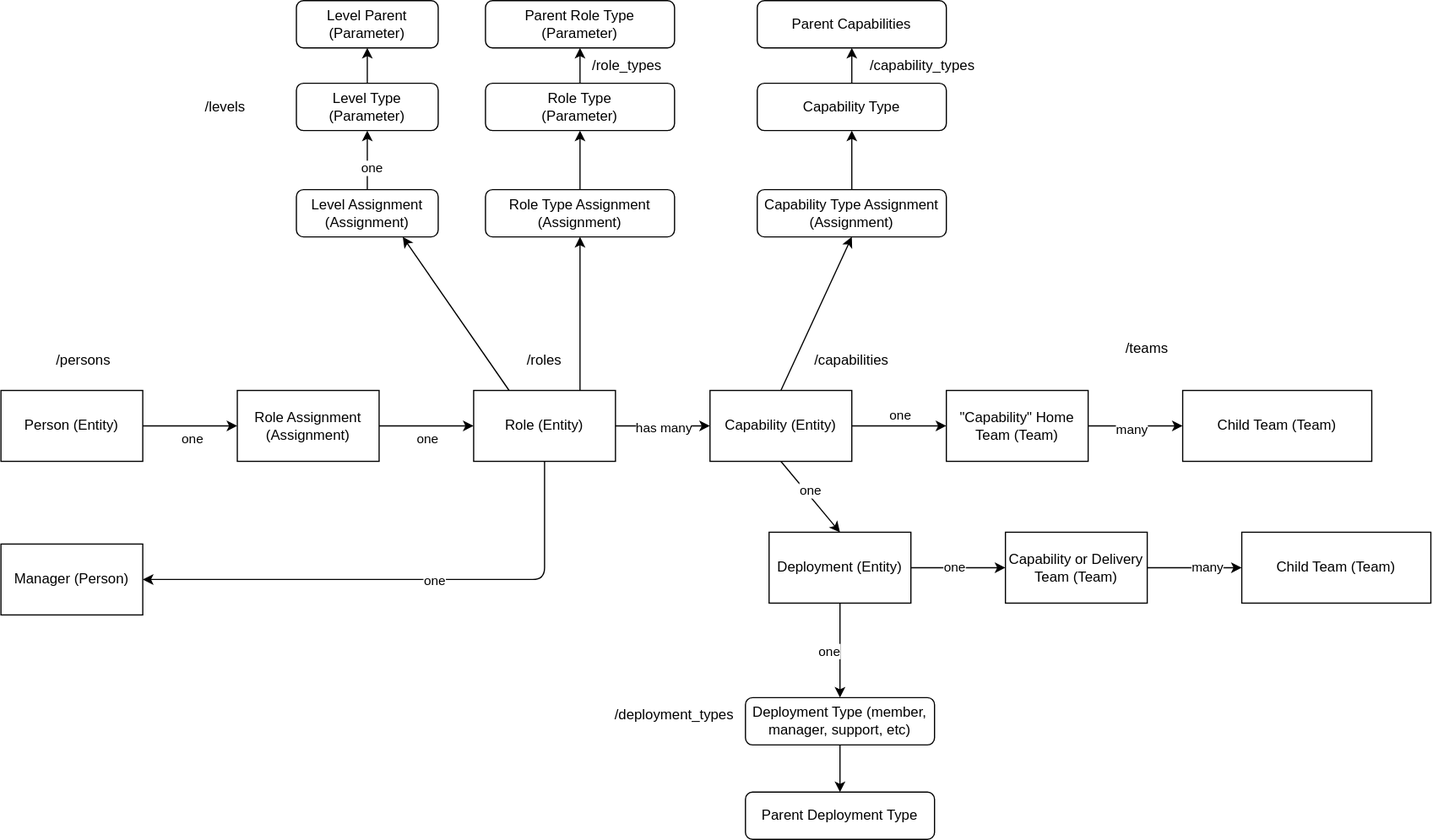
Earlier version of the draw.io export docs/data-v4.drawio.svg (jdotw/swamp). Source tidied: cells renumbered, new cells last; positions are measured from the earlier drawing's top-left corner, leaving out a move shared by most shapes. The source it was exported from:
```xml
<mxGraphModel>
  <root>
    <mxCell id="0" />
    <mxCell id="1" parent="0" />
    <mxCell id="2" style="edgeStyle=none;html=1;exitX=0.5;exitY=1;exitDx=0;exitDy=0;entryX=1;entryY=0.5;entryDx=0;entryDy=0;" parent="1" edge="1" source="18" target="7">
      <mxGeometry relative="1" as="geometry">
        <Array as="points">
          <mxPoint x="460" y="490" />
        </Array>
      </mxGeometry>
    </mxCell>
    <mxCell id="3" value="one" style="edgeLabel;html=1;align=center;verticalAlign=middle;" parent="2" vertex="1">
      <mxGeometry x="-0.12" relative="1" as="geometry" />
    </mxCell>
    <mxCell id="4" style="edgeStyle=none;html=1;exitX=1;exitY=0.5;exitDx=0;exitDy=0;entryX=0;entryY=0.5;entryDx=0;entryDy=0;" parent="1" edge="1" source="6" target="32">
      <mxGeometry relative="1" as="geometry" />
    </mxCell>
    <mxCell id="5" value="one" style="edgeLabel;html=1;align=center;verticalAlign=middle;" parent="4" vertex="1">
      <mxGeometry x="0.03" y="3" relative="1" as="geometry">
        <mxPoint y="13" as="offset" />
      </mxGeometry>
    </mxCell>
    <mxCell id="6" value="Person (Entity)" style="rounded=0;whiteSpace=wrap;html=1;" parent="1" vertex="1">
      <mxGeometry y="330" width="120" height="60" as="geometry" />
    </mxCell>
    <mxCell id="7" value="Manager (Person)" style="rounded=0;whiteSpace=wrap;html=1;" parent="1" vertex="1">
      <mxGeometry y="460" width="120" height="60" as="geometry" />
    </mxCell>
    <mxCell id="8" style="edgeStyle=none;html=1;exitX=1;exitY=0.5;exitDx=0;exitDy=0;entryX=0;entryY=0.5;entryDx=0;entryDy=0;" parent="1" edge="1" source="10" target="48">
      <mxGeometry relative="1" as="geometry" />
    </mxCell>
    <mxCell id="9" value="many" style="edgeLabel;html=1;align=center;verticalAlign=middle;" parent="8" vertex="1">
      <mxGeometry x="-0.1" y="-2" relative="1" as="geometry" />
    </mxCell>
    <mxCell id="10" value="&quot;Capability&quot; Home Team (Team)" style="rounded=0;whiteSpace=wrap;html=1;" parent="1" vertex="1">
      <mxGeometry x="800" y="330" width="120" height="60" as="geometry" />
    </mxCell>
    <mxCell id="11" style="edgeStyle=none;html=1;exitX=1;exitY=0.5;exitDx=0;exitDy=0;" parent="1" edge="1" source="13" target="49">
      <mxGeometry relative="1" as="geometry" />
    </mxCell>
    <mxCell id="12" value="many" style="edgeLabel;html=1;align=center;verticalAlign=middle;" parent="11" vertex="1">
      <mxGeometry x="0.25" y="1" relative="1" as="geometry" />
    </mxCell>
    <mxCell id="13" value="Capability or Delivery Team (Team)" style="rounded=0;whiteSpace=wrap;html=1;" parent="1" vertex="1">
      <mxGeometry x="850" y="450" width="120" height="60" as="geometry" />
    </mxCell>
    <mxCell id="14" style="edgeStyle=none;html=1;exitX=1;exitY=0.5;exitDx=0;exitDy=0;entryX=0;entryY=0.5;entryDx=0;entryDy=0;" parent="1" edge="1" source="18" target="24">
      <mxGeometry relative="1" as="geometry" />
    </mxCell>
    <mxCell id="15" value="has many" style="edgeLabel;html=1;align=center;verticalAlign=middle;" parent="14" vertex="1">
      <mxGeometry x="-0.2" y="-1" relative="1" as="geometry">
        <mxPoint x="8" as="offset" />
      </mxGeometry>
    </mxCell>
    <mxCell id="16" style="edgeStyle=none;html=1;exitX=0.25;exitY=0;exitDx=0;exitDy=0;entryX=0.75;entryY=1;entryDx=0;entryDy=0;" parent="1" edge="1" source="18" target="37">
      <mxGeometry relative="1" as="geometry" />
    </mxCell>
    <mxCell id="17" style="edgeStyle=none;html=1;exitX=0.75;exitY=0;exitDx=0;exitDy=0;entryX=0.5;entryY=1;entryDx=0;entryDy=0;" parent="1" edge="1" source="18" target="42">
      <mxGeometry relative="1" as="geometry" />
    </mxCell>
    <mxCell id="18" value="Role (Entity)" style="rounded=0;whiteSpace=wrap;html=1;" parent="1" vertex="1">
      <mxGeometry x="400" y="330" width="120" height="60" as="geometry" />
    </mxCell>
    <mxCell id="19" style="edgeStyle=none;html=1;exitX=1;exitY=0.5;exitDx=0;exitDy=0;entryX=0;entryY=0.5;entryDx=0;entryDy=0;" parent="1" edge="1" source="24" target="10">
      <mxGeometry relative="1" as="geometry" />
    </mxCell>
    <mxCell id="20" value="one" style="edgeLabel;html=1;align=center;verticalAlign=middle;" parent="19" vertex="1">
      <mxGeometry x="0.38" y="-2" relative="1" as="geometry">
        <mxPoint x="-15" y="-12" as="offset" />
      </mxGeometry>
    </mxCell>
    <mxCell id="21" style="edgeStyle=none;html=1;exitX=0.5;exitY=0;exitDx=0;exitDy=0;entryX=0.5;entryY=1;entryDx=0;entryDy=0;" parent="1" edge="1" source="24" target="44">
      <mxGeometry relative="1" as="geometry" />
    </mxCell>
    <mxCell id="22" style="edgeStyle=none;html=1;exitX=0.5;exitY=1;exitDx=0;exitDy=0;entryX=0.5;entryY=0;entryDx=0;entryDy=0;" parent="1" edge="1" source="24" target="29">
      <mxGeometry relative="1" as="geometry" />
    </mxCell>
    <mxCell id="23" value="one" style="edgeLabel;html=1;align=center;verticalAlign=middle;" parent="22" vertex="1">
      <mxGeometry x="-0.15" y="3" relative="1" as="geometry" />
    </mxCell>
    <mxCell id="24" value="Capability (Entity)" style="rounded=0;whiteSpace=wrap;html=1;" parent="1" vertex="1">
      <mxGeometry x="600" y="330" width="120" height="60" as="geometry" />
    </mxCell>
    <mxCell id="25" style="edgeStyle=none;html=1;exitX=1;exitY=0.5;exitDx=0;exitDy=0;entryX=0;entryY=0.5;entryDx=0;entryDy=0;" parent="1" edge="1" source="29" target="13">
      <mxGeometry relative="1" as="geometry" />
    </mxCell>
    <mxCell id="26" value="one" style="edgeLabel;html=1;align=center;verticalAlign=middle;" parent="25" vertex="1">
      <mxGeometry x="-0.1" y="2" relative="1" as="geometry">
        <mxPoint y="1" as="offset" />
      </mxGeometry>
    </mxCell>
    <mxCell id="27" style="edgeStyle=none;html=1;exitX=0.5;exitY=1;exitDx=0;exitDy=0;" parent="1" edge="1" source="29">
      <mxGeometry relative="1" as="geometry">
        <mxPoint x="710" y="590" as="targetPoint" />
      </mxGeometry>
    </mxCell>
    <mxCell id="28" value="one" style="edgeLabel;html=1;align=center;verticalAlign=middle;" parent="27" vertex="1">
      <mxGeometry x="-0.14" y="3" relative="1" as="geometry">
        <mxPoint x="-13" y="5" as="offset" />
      </mxGeometry>
    </mxCell>
    <mxCell id="29" value="Deployment (Entity)" style="rounded=0;whiteSpace=wrap;html=1;" parent="1" vertex="1">
      <mxGeometry x="650" y="450" width="120" height="60" as="geometry" />
    </mxCell>
    <mxCell id="30" style="edgeStyle=none;html=1;exitX=1;exitY=0.5;exitDx=0;exitDy=0;entryX=0;entryY=0.5;entryDx=0;entryDy=0;" parent="1" edge="1" source="32" target="18">
      <mxGeometry relative="1" as="geometry" />
    </mxCell>
    <mxCell id="31" value="one" style="edgeLabel;html=1;align=center;verticalAlign=middle;" parent="30" vertex="1">
      <mxGeometry x="0.28" y="-3" relative="1" as="geometry">
        <mxPoint x="-11" y="7" as="offset" />
      </mxGeometry>
    </mxCell>
    <mxCell id="32" value="Role Assignment&lt;br&gt;(Assignment)" style="rounded=0;whiteSpace=wrap;html=1;" parent="1" vertex="1">
      <mxGeometry x="200" y="330" width="120" height="60" as="geometry" />
    </mxCell>
    <mxCell id="33" style="edgeStyle=none;html=1;exitX=0.5;exitY=0;exitDx=0;exitDy=0;entryX=0.5;entryY=1;entryDx=0;entryDy=0;" parent="1" edge="1" source="34" target="40">
      <mxGeometry relative="1" as="geometry" />
    </mxCell>
    <mxCell id="34" value="Role Type&lt;br&gt;(Parameter)" style="rounded=1;whiteSpace=wrap;html=1;" parent="1" vertex="1">
      <mxGeometry x="410" y="70" width="160" height="40" as="geometry" />
    </mxCell>
    <mxCell id="35" style="edgeStyle=none;html=1;exitX=0.5;exitY=0;exitDx=0;exitDy=0;entryX=0.5;entryY=1;entryDx=0;entryDy=0;" parent="1" edge="1" source="37" target="39">
      <mxGeometry relative="1" as="geometry" />
    </mxCell>
    <mxCell id="36" value="one" style="edgeLabel;html=1;align=center;verticalAlign=middle;" parent="35" vertex="1">
      <mxGeometry x="-0.24" y="-3" relative="1" as="geometry" />
    </mxCell>
    <mxCell id="37" value="Level Assignment (Assignment)" style="rounded=1;whiteSpace=wrap;html=1;" parent="1" vertex="1">
      <mxGeometry x="250" y="160" width="120" height="40" as="geometry" />
    </mxCell>
    <mxCell id="38" style="edgeStyle=none;html=1;exitX=0.5;exitY=0;exitDx=0;exitDy=0;entryX=0.5;entryY=1;entryDx=0;entryDy=0;" parent="1" edge="1" source="39" target="53">
      <mxGeometry relative="1" as="geometry" />
    </mxCell>
    <mxCell id="39" value="Level Type (Parameter)" style="rounded=1;whiteSpace=wrap;html=1;" parent="1" vertex="1">
      <mxGeometry x="250" y="70" width="120" height="40" as="geometry" />
    </mxCell>
    <mxCell id="40" value="Parent Role Type &lt;br&gt;(Parameter)" style="rounded=1;whiteSpace=wrap;html=1;" parent="1" vertex="1">
      <mxGeometry x="410" width="160" height="40" as="geometry" />
    </mxCell>
    <mxCell id="41" style="edgeStyle=none;html=1;exitX=0.5;exitY=0;exitDx=0;exitDy=0;entryX=0.5;entryY=1;entryDx=0;entryDy=0;" parent="1" edge="1" source="42" target="34">
      <mxGeometry relative="1" as="geometry" />
    </mxCell>
    <mxCell id="42" value="Role Type Assignment&lt;br&gt;(Assignment)" style="rounded=1;whiteSpace=wrap;html=1;" parent="1" vertex="1">
      <mxGeometry x="410" y="160" width="160" height="40" as="geometry" />
    </mxCell>
    <mxCell id="43" style="edgeStyle=none;html=1;exitX=0.5;exitY=0;exitDx=0;exitDy=0;entryX=0.5;entryY=1;entryDx=0;entryDy=0;" parent="1" edge="1" source="44" target="46">
      <mxGeometry relative="1" as="geometry" />
    </mxCell>
    <mxCell id="44" value="Capability Type Assignment (Assignment)" style="rounded=1;whiteSpace=wrap;html=1;" parent="1" vertex="1">
      <mxGeometry x="640" y="160" width="160" height="40" as="geometry" />
    </mxCell>
    <mxCell id="45" style="edgeStyle=none;html=1;exitX=0.5;exitY=0;exitDx=0;exitDy=0;entryX=0.5;entryY=1;entryDx=0;entryDy=0;" parent="1" edge="1" source="46" target="47">
      <mxGeometry relative="1" as="geometry" />
    </mxCell>
    <mxCell id="46" value="Capability Type" style="rounded=1;whiteSpace=wrap;html=1;" parent="1" vertex="1">
      <mxGeometry x="640" y="70" width="160" height="40" as="geometry" />
    </mxCell>
    <mxCell id="47" value="Parent Capabilities" style="rounded=1;whiteSpace=wrap;html=1;" parent="1" vertex="1">
      <mxGeometry x="640" width="160" height="40" as="geometry" />
    </mxCell>
    <mxCell id="48" value="Child Team (Team)" style="rounded=0;whiteSpace=wrap;html=1;" parent="1" vertex="1">
      <mxGeometry x="1000" y="330" width="160" height="60" as="geometry" />
    </mxCell>
    <mxCell id="49" value="Child Team (Team)" style="rounded=0;whiteSpace=wrap;html=1;" parent="1" vertex="1">
      <mxGeometry x="1050" y="450" width="160" height="60" as="geometry" />
    </mxCell>
    <mxCell id="50" style="edgeStyle=none;html=1;exitX=0.5;exitY=1;exitDx=0;exitDy=0;entryX=0.5;entryY=0;entryDx=0;entryDy=0;" parent="1" edge="1" source="51" target="52">
      <mxGeometry relative="1" as="geometry" />
    </mxCell>
    <mxCell id="51" value="Deployment Type (member, manager, support, etc)" style="rounded=1;whiteSpace=wrap;html=1;" parent="1" vertex="1">
      <mxGeometry x="630" y="590" width="160" height="40" as="geometry" />
    </mxCell>
    <mxCell id="52" value="Parent Deployment Type" style="rounded=1;whiteSpace=wrap;html=1;" parent="1" vertex="1">
      <mxGeometry x="630" y="670" width="160" height="40" as="geometry" />
    </mxCell>
    <mxCell id="53" value="Level Parent (Parameter)" style="rounded=1;whiteSpace=wrap;html=1;" parent="1" vertex="1">
      <mxGeometry x="250" width="120" height="40" as="geometry" />
    </mxCell>
    <mxCell id="54" value="/persons" style="text;html=1;strokeColor=none;fillColor=none;align=center;verticalAlign=middle;whiteSpace=wrap;rounded=0;" parent="1" vertex="1">
      <mxGeometry x="40" y="290" width="60" height="30" as="geometry" />
    </mxCell>
    <mxCell id="55" value="/roles" style="text;html=1;strokeColor=none;fillColor=none;align=center;verticalAlign=middle;whiteSpace=wrap;rounded=0;" parent="1" vertex="1">
      <mxGeometry x="430" y="290" width="60" height="30" as="geometry" />
    </mxCell>
    <mxCell id="56" value="/levels" style="text;html=1;strokeColor=none;fillColor=none;align=center;verticalAlign=middle;whiteSpace=wrap;rounded=0;" parent="1" vertex="1">
      <mxGeometry x="160" y="75" width="60" height="30" as="geometry" />
    </mxCell>
    <mxCell id="57" value="/role_types" style="text;html=1;strokeColor=none;fillColor=none;align=center;verticalAlign=middle;whiteSpace=wrap;rounded=0;" parent="1" vertex="1">
      <mxGeometry x="500" y="40" width="60" height="30" as="geometry" />
    </mxCell>
    <mxCell id="58" value="/capability_types" style="text;html=1;strokeColor=none;fillColor=none;align=center;verticalAlign=middle;whiteSpace=wrap;rounded=0;" parent="1" vertex="1">
      <mxGeometry x="750" y="40" width="60" height="30" as="geometry" />
    </mxCell>
    <mxCell id="59" value="/capabilities" style="text;html=1;strokeColor=none;fillColor=none;align=center;verticalAlign=middle;whiteSpace=wrap;rounded=0;" parent="1" vertex="1">
      <mxGeometry x="690" y="290" width="60" height="30" as="geometry" />
    </mxCell>
    <mxCell id="60" value="/teams" style="text;html=1;strokeColor=none;fillColor=none;align=center;verticalAlign=middle;whiteSpace=wrap;rounded=0;" parent="1" vertex="1">
      <mxGeometry x="940" y="280" width="60" height="30" as="geometry" />
    </mxCell>
    <mxCell id="61" value="/deployment_types" style="text;html=1;strokeColor=none;fillColor=none;align=center;verticalAlign=middle;whiteSpace=wrap;rounded=0;" parent="1" vertex="1">
      <mxGeometry x="540" y="590" width="60" height="30" as="geometry" />
    </mxCell>
  </root>
</mxGraphModel>
```
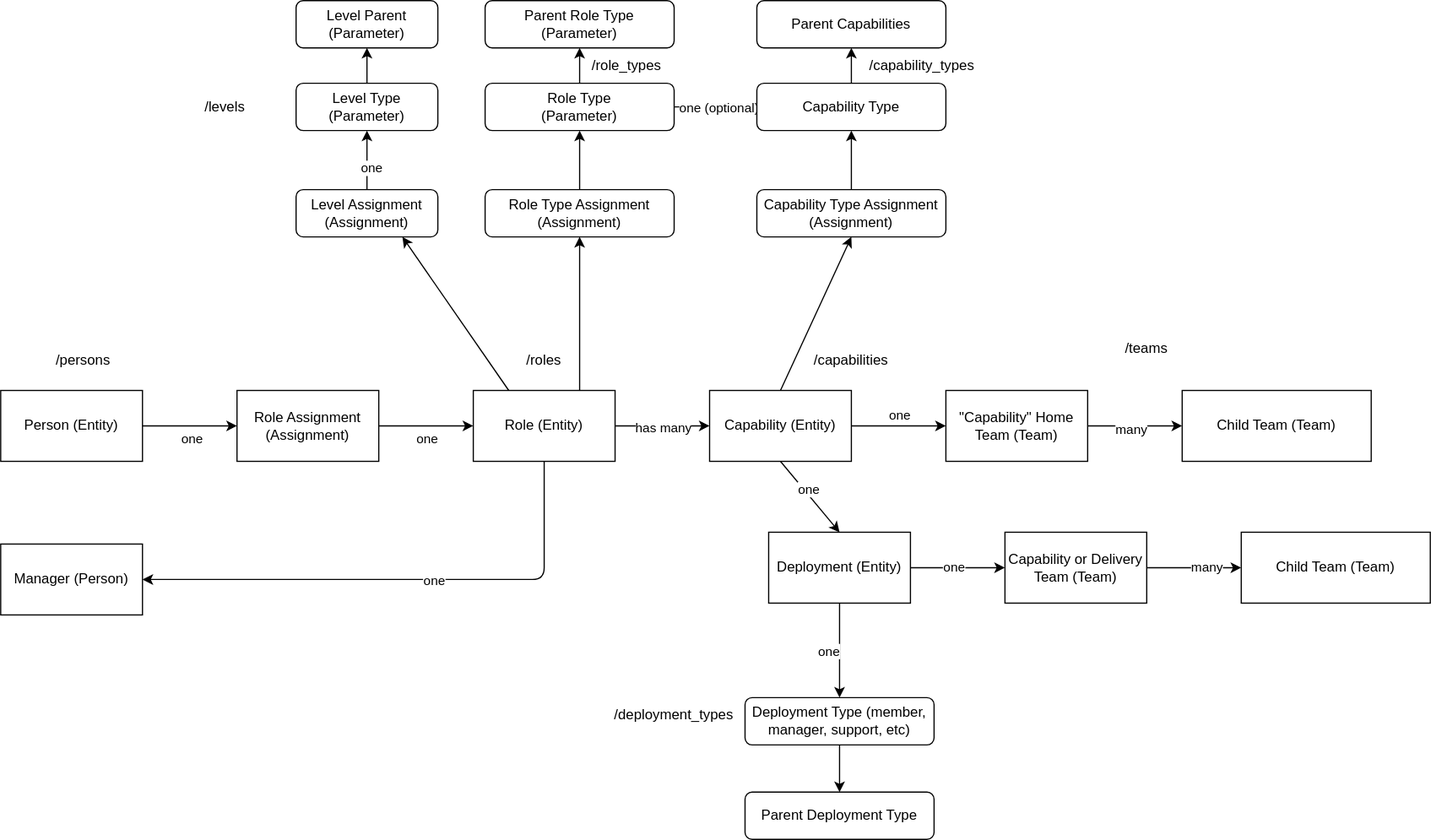
After the commit.

Diff of the diagram source:
```diff
@@ -116,6 +116,12 @@
     <mxCell id="33" style="edgeStyle=none;html=1;exitX=0.5;exitY=0;exitDx=0;exitDy=0;entryX=0.5;entryY=1;entryDx=0;entryDy=0;" parent="1" edge="1" source="34" target="40">
       <mxGeometry relative="1" as="geometry" />
     </mxCell>
+    <mxCell id="62" style="edgeStyle=none;html=1;exitX=1;exitY=0.5;exitDx=0;exitDy=0;entryX=0;entryY=0.5;entryDx=0;entryDy=0;" parent="1" edge="1" source="34" target="46">
+      <mxGeometry relative="1" as="geometry" />
+    </mxCell>
+    <mxCell id="63" value="one (optional)" style="edgeLabel;html=1;align=center;verticalAlign=middle;" parent="62" vertex="1">
+      <mxGeometry x="0.06" relative="1" as="geometry" />
+    </mxCell>
     <mxCell id="34" value="Role Type&lt;br&gt;(Parameter)" style="rounded=1;whiteSpace=wrap;html=1;" parent="1" vertex="1">
       <mxGeometry x="410" y="70" width="160" height="40" as="geometry" />
     </mxCell>
```
